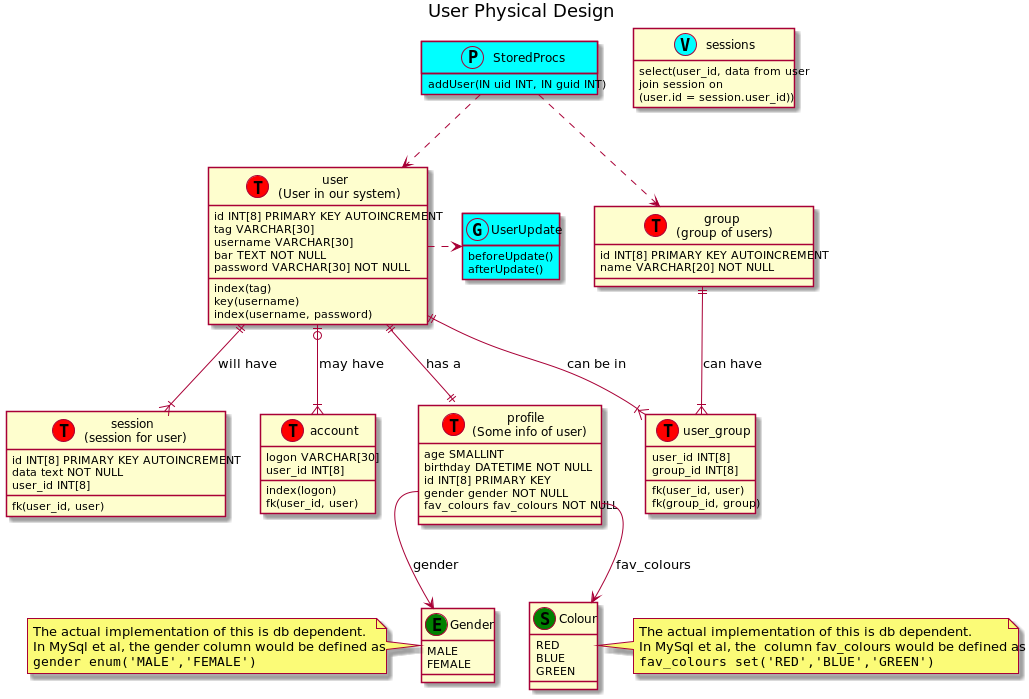
chippyash/db-plantuml keeps this PlantUML diagram as examples/User_Physical.png. Above is the earlier version.
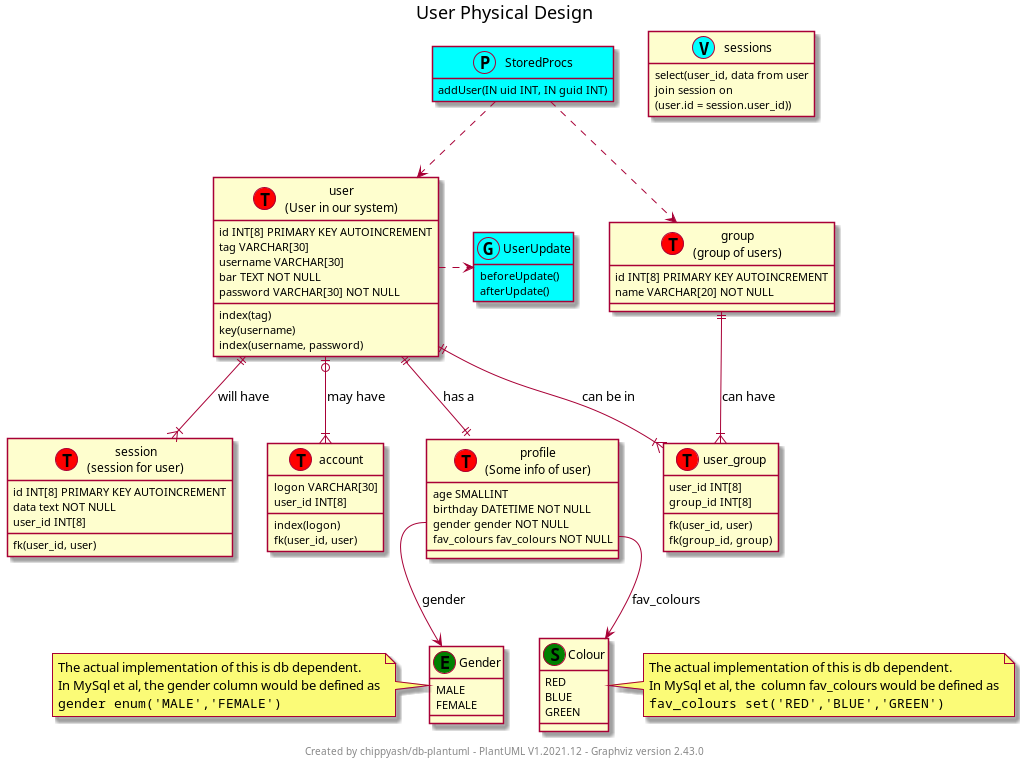
After the commit.

What changed in the source:
```diff
@@ -1,76 +1,41 @@
 @startuml
 title User Physical Design
+!include ../dist/DatabasePhysical.iuml
+footer Created by chippyash/db-plantuml - PlantUML V1.2021.12 - Graphviz version 2.43.0
 
-
-
-
-
-
-
-
-
-
-
-
-
-
-
-
-
-
-hide stereotypes
-hide empty members
-
-
-		class user as "user\n(User in our system)" << (T,red)Table >> {
-		id INT[8] PRIMARY KEY AUTOINCREMENT
-		tag VARCHAR[30]
-	index(tag)
-		username VARCHAR[30]
-	key(username)
-	bar TEXT NOT NULL
-	password VARCHAR[30] NOT NULL
-	index(username, password)
+Table(user, user, User in our system) {
+	primary()
+	idx(tag, string(30))
+	unique('username', string(30))
+	not_null(bar, text())
+	not_null(password, string(30))
+	idx2(username, password)
 }
 
-		class session as "session\n(session for user)" << (T,red)Table >> {
-		id INT[8] PRIMARY KEY AUTOINCREMENT
-	data text NOT NULL
+Table(session, session, session for user) {
+	primary()
+	not_null(data, text)
 }
-				user ||--|{ session: will have
-	session : 	user_id INT[8]
-	session : fk(user_id, user)
+onemany(user,session,'will have')
 
-    	class "account" as ac << (T,red)Table >>
- {
-    	logon VARCHAR[30]
-	index(logon)
+Entity(ac, account) {
+    idx(logon, string())
 }
-				user |o--|{ ac: may have
-	ac : 	user_id INT[8]
-	ac : fk(user_id, user)
+zeromany(user,ac,may have)
 
-		class profile as "profile\n(Some info of user)" << (T,red)Table >> {
+Table(profile, profile, Some info of user) {
 age SMALLINT
-birthday DATETIME NOT NULL
+not_null(birthday, datetime())
 }
-				user ||--|| profile: has a
-	profile : 	id INT[8] PRIMARY KEY
+oneone(user,profile,'has a')
 
-		class group as "group\n(group of users)" << (T,red)Table >> {
-		id INT[8] PRIMARY KEY AUTOINCREMENT
-	name VARCHAR[20] NOT NULL
+Table(group, group, group of users) {
+	primary()
+	not_null(name, string(20))
 }
-	    	class "user_group" as usergroup << (T,red)Table >> {
-	}
-				user ||--|{ usergroup: can be in
-	usergroup : 	user_id INT[8]
-	usergroup : fk(user_id, user)
-				group ||--|{ usergroup: can have
-	usergroup : 	group_id INT[8]
-	usergroup : fk(group_id, group)
+manymany(user, group, 'can be in', 'can have')
 
-		enum "Gender" as gender << (E, green)Enum>> {
+Type(gender, Gender) {
 	MALE
 	FEMALE
 }
@@ -79,16 +44,14 @@
 In MySql et al, the gender column would be defined as
 ""gender enum('MALE','FEMALE')""
 end note
-	profile : gender gender NOT NULL
-	profile::gender --> gender : gender
+depends(profile, gender, gender)
 
-		enum "Colour" as fav_colours << (S, green)Set>> {
+Set(fav_colours,Colour) {
 	RED
 	BLUE
 	GREEN
 }
-	profile : fav_colours fav_colours NOT NULL
-	profile::fav_colours --> fav_colours : fav_colours
+depends(profile, fav_colours, fav_colours)
 note right of fav_colours
 The actual implementation of this is db dependent.
 In MySql et al, the  column fav_colours would be defined as
@@ -96,18 +59,18 @@
 end note
 show methods
 
-class "sessions" as v1 << (V,cyan)View >> {
+View(v1, sessions) {
 select(user_id, data from user\njoin session on\n(user.id = session.user_id))
 }
 
-class "UserUpdate" as t1 << (G, Cyan)Trigger >> #cyan {
+Trigger(t1, 'UserUpdate') {
 	beforeUpdate()
 	afterUpdate()
 }
-	user .> t1
-class "StoredProcs" as p1 << (P, Cyan)Proc >> #cyan {
+triggers(user, t1)
+Proc(p1, StoredProcs) {
 	addUser(IN uid INT, IN guid INT)
 }
-	p1 ..> user
-	p1 ..> group
+uses(p1, user)
+uses(p1, group)
 @enduml
```
